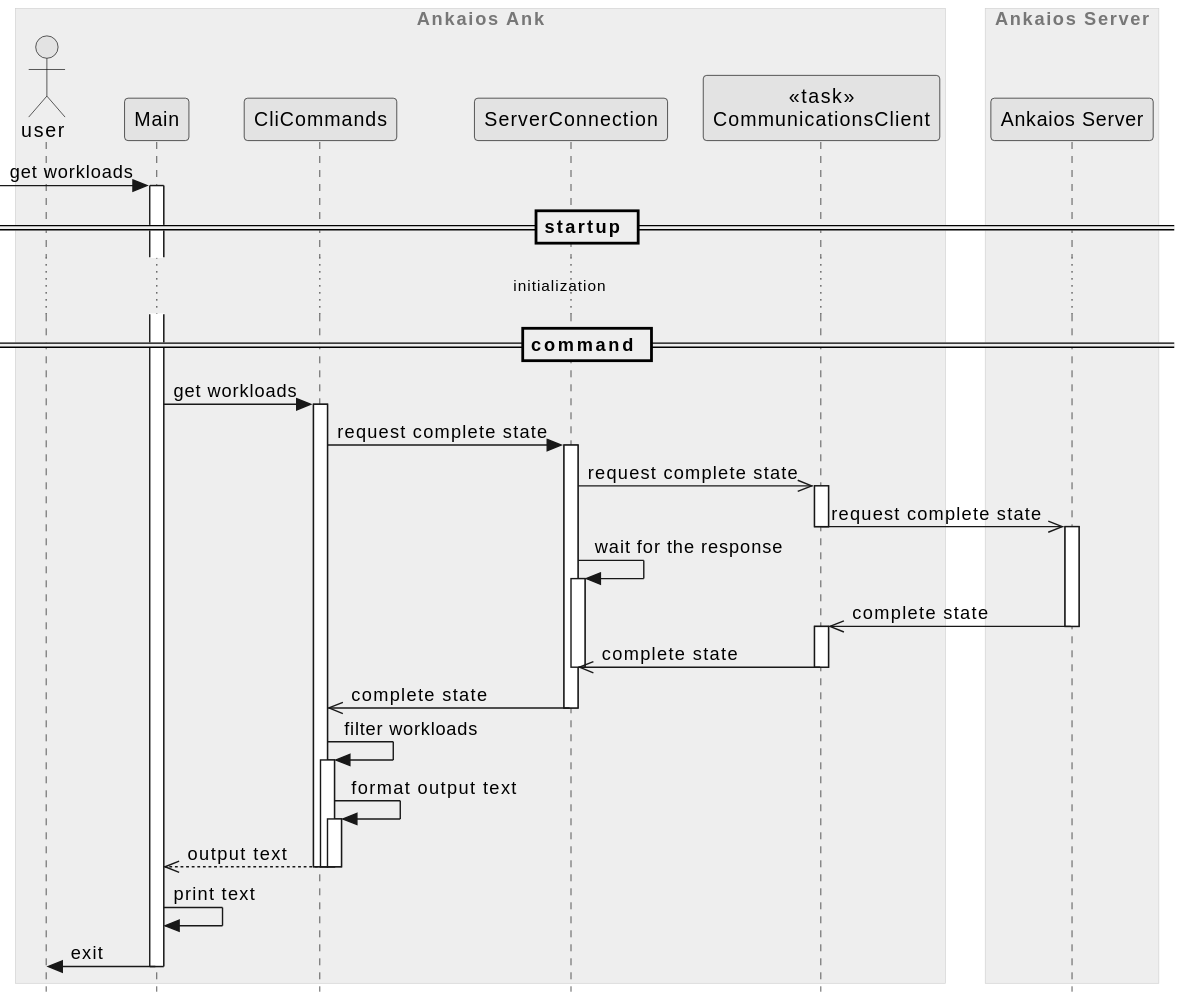
The PlantUML diagram ank/doc/swdesign/plantuml/seq_get_workload.svg in eclipse-ankaios/ankaios, before a commit.
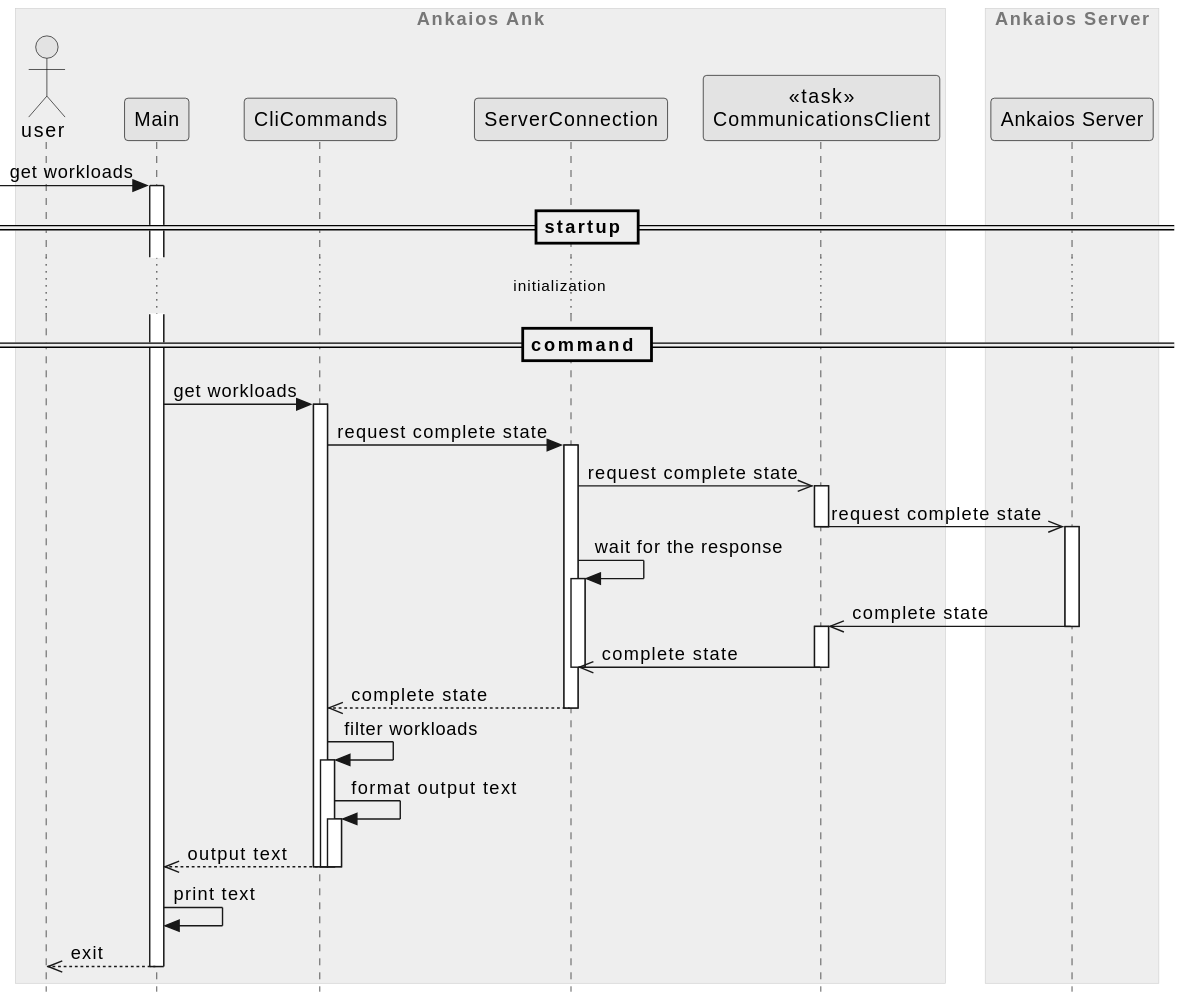
Above is the later version.

The edit, as a diff of the source:
```diff
@@ -31,7 +31,7 @@
 communications_client <<- server --++: complete state
 server_connection <<- communications_client --: complete state
 deactivate server_connection
-cli_commands <<- server_connection --: complete state
+cli_commands <<-- server_connection --: complete state
 
 cli_commands -> cli_commands ++: filter workloads
 cli_commands -> cli_commands ++: format output text
@@ -41,5 +41,5 @@
 deactivate cli_commands
 
 main -> main: print text
-user <- main -- : exit
+user <<-- main -- : exit
 @enduml
```
